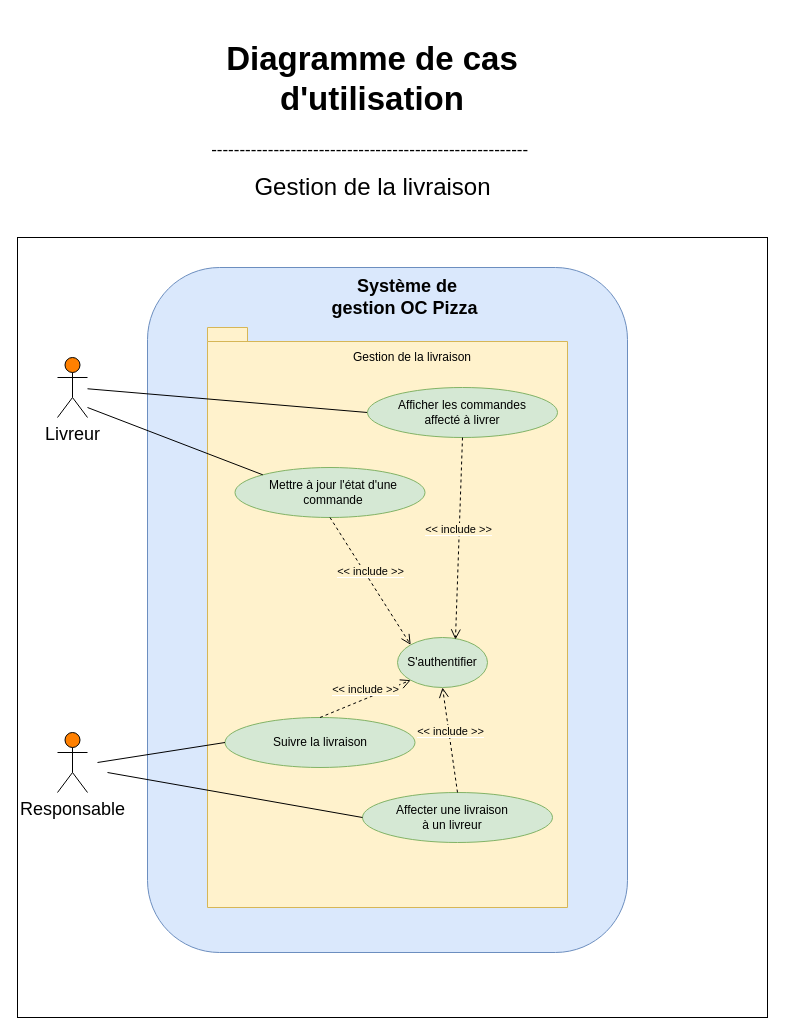
Before: page "Gestion de livraison" (3 of 5) of Use case Diagram.drawio in Maayaavi/OC_Project_4, a draw.io diagram. Source tidied: cells renumbered, new cells numbered last; positions are measured from the earlier drawing's top-left corner, leaving out a move shared by most shapes. Both pictures are drawn from the tidied source at 100%, with x=0, y=0 at pixel (17, 27).
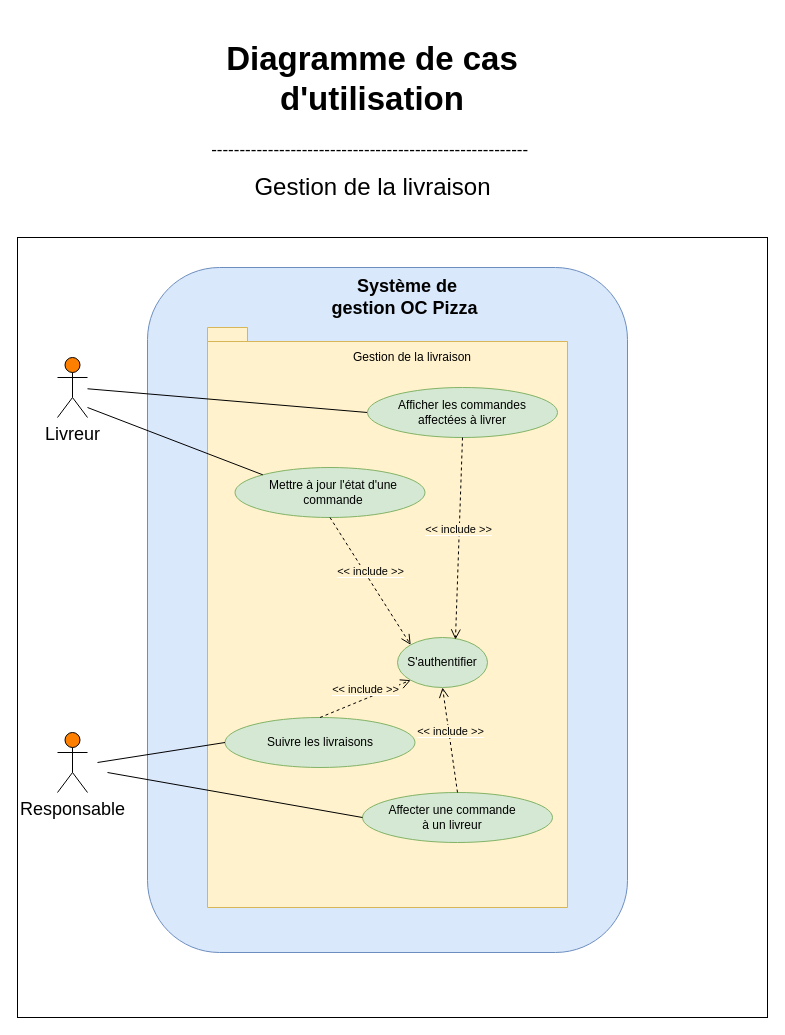
Above is the later version.

Change to the diagram source:
```diff
@@
-    <mxCell id="12" value="Afficher les commandes&lt;br&gt;affecté à livrer" style="text;html=1;strokeColor=none;fillColor=none;align=center;verticalAlign=middle;whiteSpace=wrap;rounded=0;" parent="1" vertex="1">
+    <mxCell id="12" value="Afficher les commandes&lt;br&gt;affectées à livrer" style="text;html=1;strokeColor=none;fillColor=none;align=center;verticalAlign=middle;whiteSpace=wrap;rounded=0;" parent="1" vertex="1">
       <mxGeometry x="340" y="375" width="210" height="20" as="geometry" />
     </mxCell>
@@
-    <mxCell id="18" value="Suivre la livraison" style="text;html=1;strokeColor=none;fillColor=none;align=center;verticalAlign=middle;whiteSpace=wrap;rounded=0;" parent="1" vertex="1">
+    <mxCell id="18" value="Suivre les livraisons" style="text;html=1;strokeColor=none;fillColor=none;align=center;verticalAlign=middle;whiteSpace=wrap;rounded=0;" parent="1" vertex="1">
       <mxGeometry x="197.5" y="705" width="210" height="20" as="geometry" />
     </mxCell>
@@
-    <mxCell id="26" value="Affecter une livraison&lt;br&gt;à un livreur" style="text;html=1;strokeColor=none;fillColor=none;align=center;verticalAlign=middle;whiteSpace=wrap;rounded=0;" parent="1" vertex="1">
+    <mxCell id="26" value="Affecter une commande&lt;br&gt;à un livreur" style="text;html=1;strokeColor=none;fillColor=none;align=center;verticalAlign=middle;whiteSpace=wrap;rounded=0;" parent="1" vertex="1">
       <mxGeometry x="330" y="780" width="210" height="20" as="geometry" />
     </mxCell>
```
